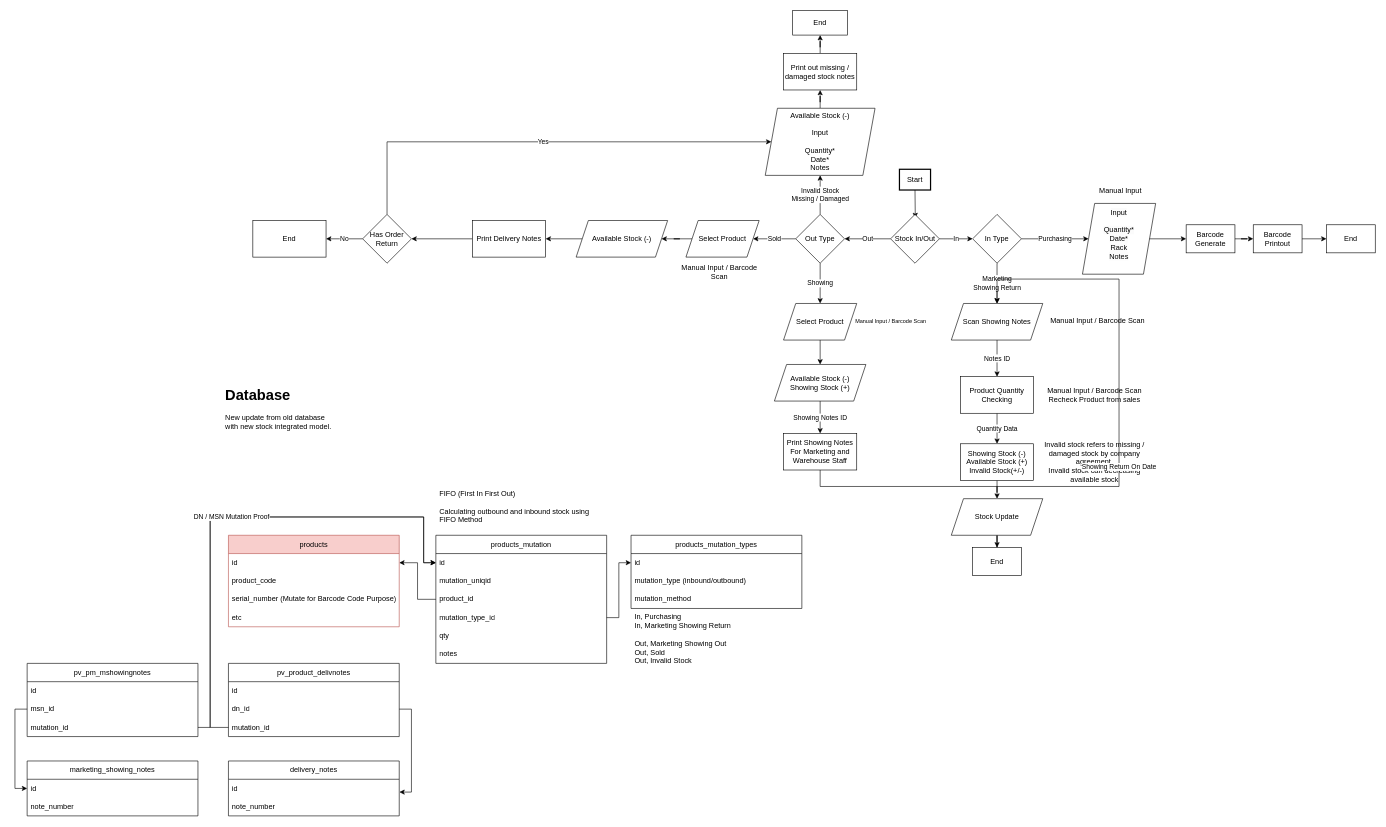
hulyo-firmansyah/mesinmp-dbdiagram keeps this draw.io diagram as page "Page-1" (1 of 4) of MPL Stock Update Feb 2024.drawio. Above is the earlier version. Source tidied: cells renumbered, new cells numbered last; positions are measured from the earlier drawing's top-left corner, leaving out a move shared by most shapes. Both pictures are drawn from the tidied source at 61%, with x=0, y=0 at pixel (27, 10).
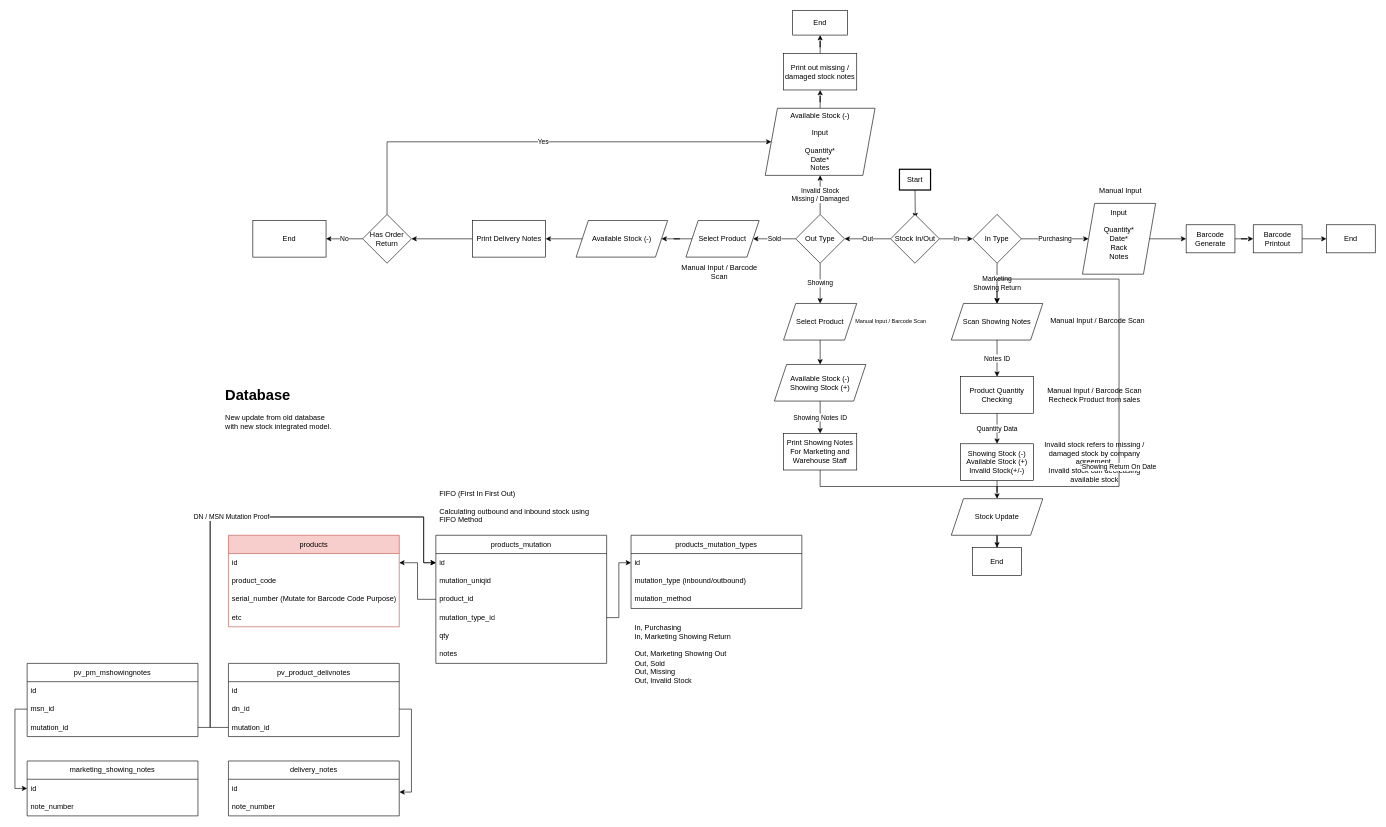
Above is the later version.

The edit, as a diff of the source:
```diff
@@
-    <mxCell id="77" value="In, Purchasing&lt;br&gt;In, Marketing Showing Return&lt;br&gt;&lt;br&gt;Out, Marketing Showing Out&lt;br&gt;Out, Sold&lt;br&gt;Out, Invalid Stock" style="text;strokeColor=none;fillColor=none;align=left;verticalAlign=middle;spacingLeft=4;spacingRight=4;overflow=hidden;whiteSpace=wrap;html=1;" parent="1" vertex="1">
-      <mxGeometry x="990" y="980" width="280" height="100" as="geometry" />
+    <mxCell id="77" value="In, Purchasing&lt;br&gt;In, Marketing Showing Return&lt;br&gt;&lt;br&gt;Out, Marketing Showing Out&lt;br&gt;Out, Sold&lt;br&gt;Out, Missing&lt;br&gt;Out, Invalid Stock" style="text;strokeColor=none;fillColor=none;align=left;verticalAlign=middle;spacingLeft=4;spacingRight=4;overflow=hidden;whiteSpace=wrap;html=1;" parent="1" vertex="1">
+      <mxGeometry x="990" y="1000" width="280" height="110" as="geometry" />
     </mxCell>
```
